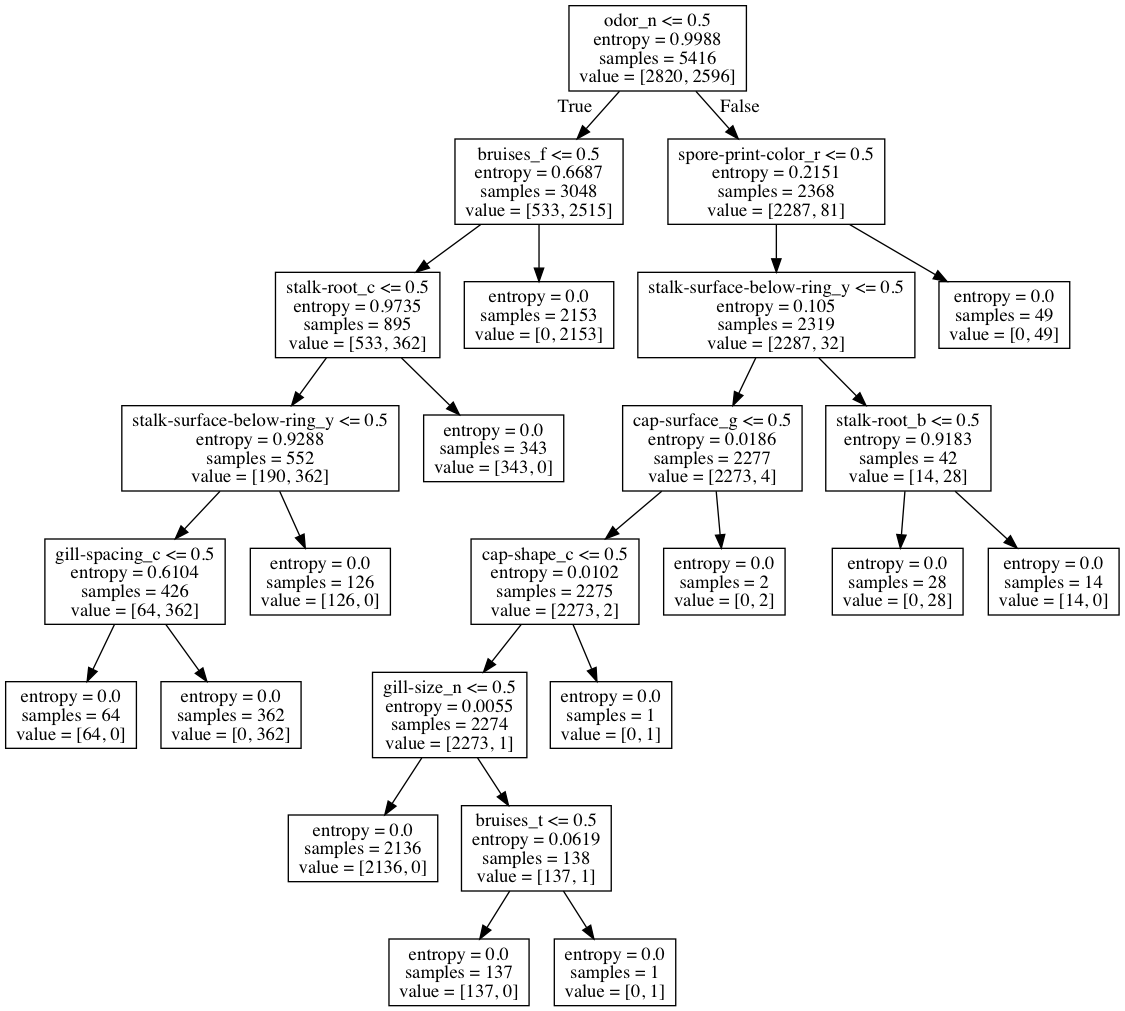
Before: assets/optimal.png, a diagram exported from Graphviz (taekim97/Poisonous-Mushrooms). Its source is kept beside it as assets/optimal.dot. Source of this version:
```dot
digraph Tree {
node [shape=box] ;
0 [label="odor_n <= 0.5\nentropy = 0.9988\nsamples = 5416\nvalue = [2820, 2596]"] ;
1 [label="bruises_f <= 0.5\nentropy = 0.6687\nsamples = 3048\nvalue = [533, 2515]"] ;
0 -> 1 [labeldistance=2.5, labelangle=45, headlabel="True"] ;
2 [label="stalk-root_c <= 0.5\nentropy = 0.9735\nsamples = 895\nvalue = [533, 362]"] ;
1 -> 2 ;
3 [label="stalk-surface-below-ring_y <= 0.5\nentropy = 0.9288\nsamples = 552\nvalue = [190, 362]"] ;
2 -> 3 ;
4 [label="gill-spacing_c <= 0.5\nentropy = 0.6104\nsamples = 426\nvalue = [64, 362]"] ;
3 -> 4 ;
5 [label="entropy = 0.0\nsamples = 64\nvalue = [64, 0]"] ;
4 -> 5 ;
6 [label="entropy = 0.0\nsamples = 362\nvalue = [0, 362]"] ;
4 -> 6 ;
7 [label="entropy = 0.0\nsamples = 126\nvalue = [126, 0]"] ;
3 -> 7 ;
8 [label="entropy = 0.0\nsamples = 343\nvalue = [343, 0]"] ;
2 -> 8 ;
9 [label="entropy = 0.0\nsamples = 2153\nvalue = [0, 2153]"] ;
1 -> 9 ;
10 [label="spore-print-color_r <= 0.5\nentropy = 0.2151\nsamples = 2368\nvalue = [2287, 81]"] ;
0 -> 10 [labeldistance=2.5, labelangle=-45, headlabel="False"] ;
11 [label="stalk-surface-below-ring_y <= 0.5\nentropy = 0.105\nsamples = 2319\nvalue = [2287, 32]"] ;
10 -> 11 ;
12 [label="cap-surface_g <= 0.5\nentropy = 0.0186\nsamples = 2277\nvalue = [2273, 4]"] ;
11 -> 12 ;
13 [label="cap-shape_c <= 0.5\nentropy = 0.0102\nsamples = 2275\nvalue = [2273, 2]"] ;
12 -> 13 ;
14 [label="gill-size_n <= 0.5\nentropy = 0.0055\nsamples = 2274\nvalue = [2273, 1]"] ;
13 -> 14 ;
15 [label="entropy = 0.0\nsamples = 2136\nvalue = [2136, 0]"] ;
14 -> 15 ;
16 [label="bruises_t <= 0.5\nentropy = 0.0619\nsamples = 138\nvalue = [137, 1]"] ;
14 -> 16 ;
17 [label="entropy = 0.0\nsamples = 137\nvalue = [137, 0]"] ;
16 -> 17 ;
18 [label="entropy = 0.0\nsamples = 1\nvalue = [0, 1]"] ;
16 -> 18 ;
19 [label="entropy = 0.0\nsamples = 1\nvalue = [0, 1]"] ;
13 -> 19 ;
20 [label="entropy = 0.0\nsamples = 2\nvalue = [0, 2]"] ;
12 -> 20 ;
21 [label="stalk-root_b <= 0.5\nentropy = 0.9183\nsamples = 42\nvalue = [14, 28]"] ;
11 -> 21 ;
22 [label="entropy = 0.0\nsamples = 28\nvalue = [0, 28]"] ;
21 -> 22 ;
23 [label="entropy = 0.0\nsamples = 14\nvalue = [14, 0]"] ;
21 -> 23 ;
24 [label="entropy = 0.0\nsamples = 49\nvalue = [0, 49]"] ;
10 -> 24 ;
}
```
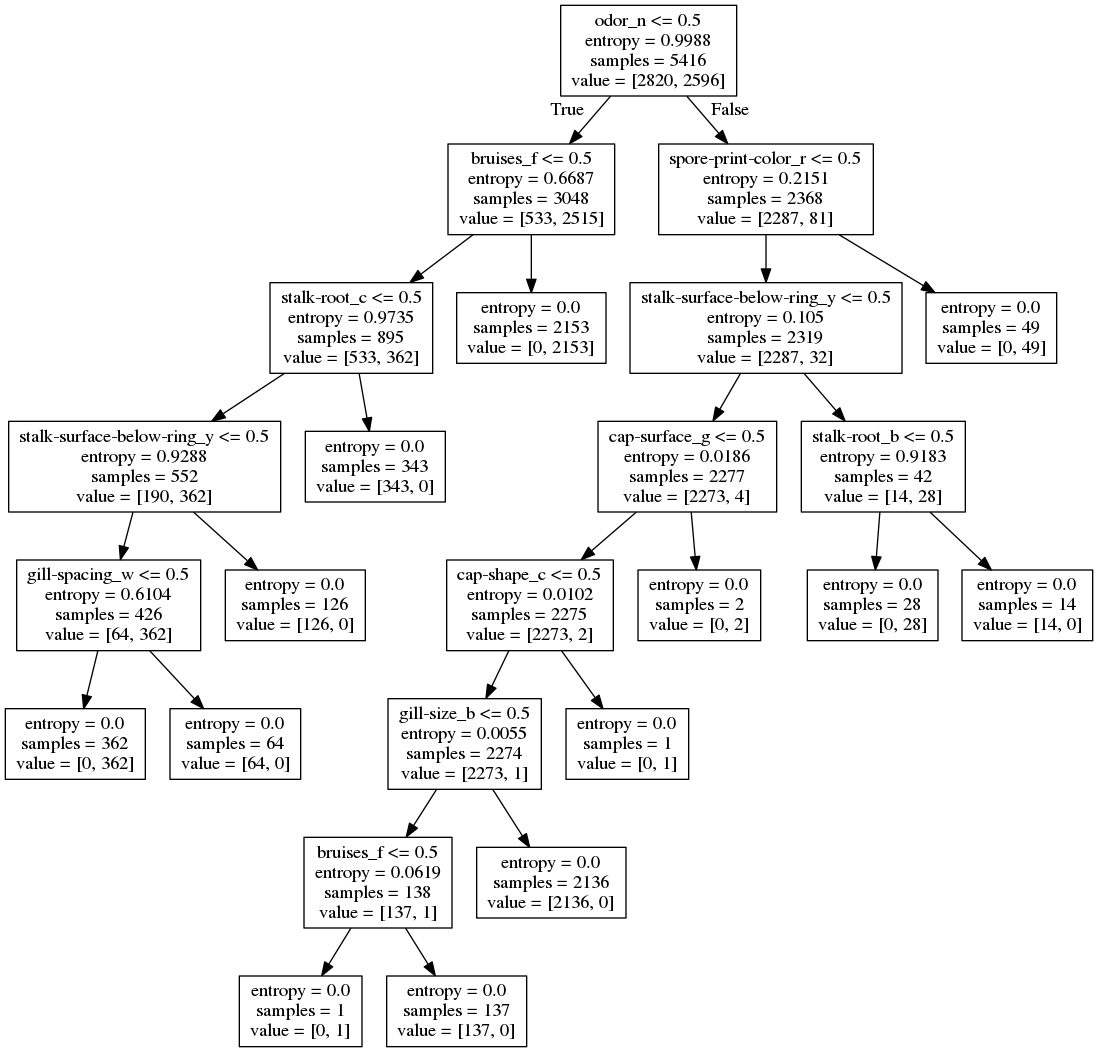
After the commit.

Commit message:
Entropy evaluation

What changed in the source:
```diff
@@ -7,11 +7,11 @@
 1 -> 2 ;
 3 [label="stalk-surface-below-ring_y <= 0.5\nentropy = 0.9288\nsamples = 552\nvalue = [190, 362]"] ;
 2 -> 3 ;
-4 [label="gill-spacing_c <= 0.5\nentropy = 0.6104\nsamples = 426\nvalue = [64, 362]"] ;
+4 [label="gill-spacing_w <= 0.5\nentropy = 0.6104\nsamples = 426\nvalue = [64, 362]"] ;
 3 -> 4 ;
-5 [label="entropy = 0.0\nsamples = 64\nvalue = [64, 0]"] ;
+5 [label="entropy = 0.0\nsamples = 362\nvalue = [0, 362]"] ;
 4 -> 5 ;
-6 [label="entropy = 0.0\nsamples = 362\nvalue = [0, 362]"] ;
+6 [label="entropy = 0.0\nsamples = 64\nvalue = [64, 0]"] ;
 4 -> 6 ;
 7 [label="entropy = 0.0\nsamples = 126\nvalue = [126, 0]"] ;
 3 -> 7 ;
@@ -27,16 +27,16 @@
 11 -> 12 ;
 13 [label="cap-shape_c <= 0.5\nentropy = 0.0102\nsamples = 2275\nvalue = [2273, 2]"] ;
 12 -> 13 ;
-14 [label="gill-size_n <= 0.5\nentropy = 0.0055\nsamples = 2274\nvalue = [2273, 1]"] ;
+14 [label="gill-size_b <= 0.5\nentropy = 0.0055\nsamples = 2274\nvalue = [2273, 1]"] ;
 13 -> 14 ;
-15 [label="entropy = 0.0\nsamples = 2136\nvalue = [2136, 0]"] ;
+15 [label="bruises_f <= 0.5\nentropy = 0.0619\nsamples = 138\nvalue = [137, 1]"] ;
 14 -> 15 ;
-16 [label="bruises_t <= 0.5\nentropy = 0.0619\nsamples = 138\nvalue = [137, 1]"] ;
-14 -> 16 ;
+16 [label="entropy = 0.0\nsamples = 1\nvalue = [0, 1]"] ;
+15 -> 16 ;
 17 [label="entropy = 0.0\nsamples = 137\nvalue = [137, 0]"] ;
-16 -> 17 ;
-18 [label="entropy = 0.0\nsamples = 1\nvalue = [0, 1]"] ;
-16 -> 18 ;
+15 -> 17 ;
+18 [label="entropy = 0.0\nsamples = 2136\nvalue = [2136, 0]"] ;
+14 -> 18 ;
 19 [label="entropy = 0.0\nsamples = 1\nvalue = [0, 1]"] ;
 13 -> 19 ;
 20 [label="entropy = 0.0\nsamples = 2\nvalue = [0, 2]"] ;
```
